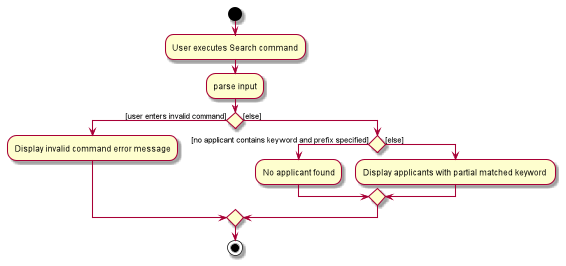
Before: docs/images/SearchCommandActivityDiagram.png, a diagram exported from PlantUML (zzhikai/tp). Source of this version:
```plantuml
@startuml
start
:User executes Search command;

:parse input;

if () then ([user enters invalid command])
    :Display invalid command error message;
else ([else])
    if () then ([no applicant contains keyword and prefix specified])
    :No applicant found;
    else ([else])
    :Display applicants with partial matched keyword ;
endif
endif

stop
@enduml
```
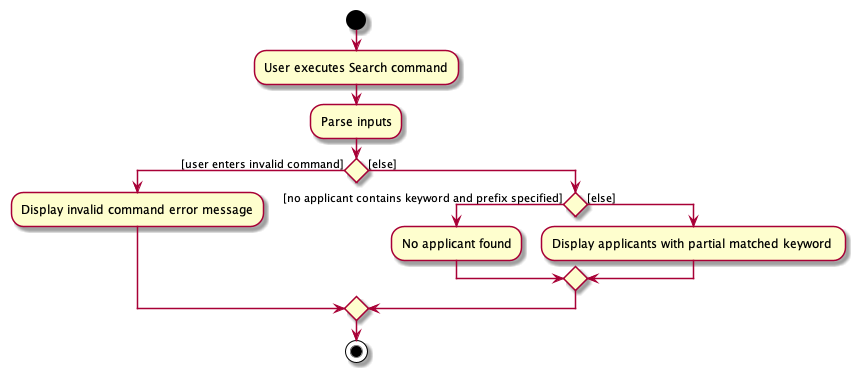
Above is the later version.

Diff of the diagram source:
```diff
@@ -2,7 +2,7 @@
 start
 :User executes Search command;
 
-:parse input;
+:Parse inputs;
 
 if () then ([user enters invalid command])
     :Display invalid command error message;
```
